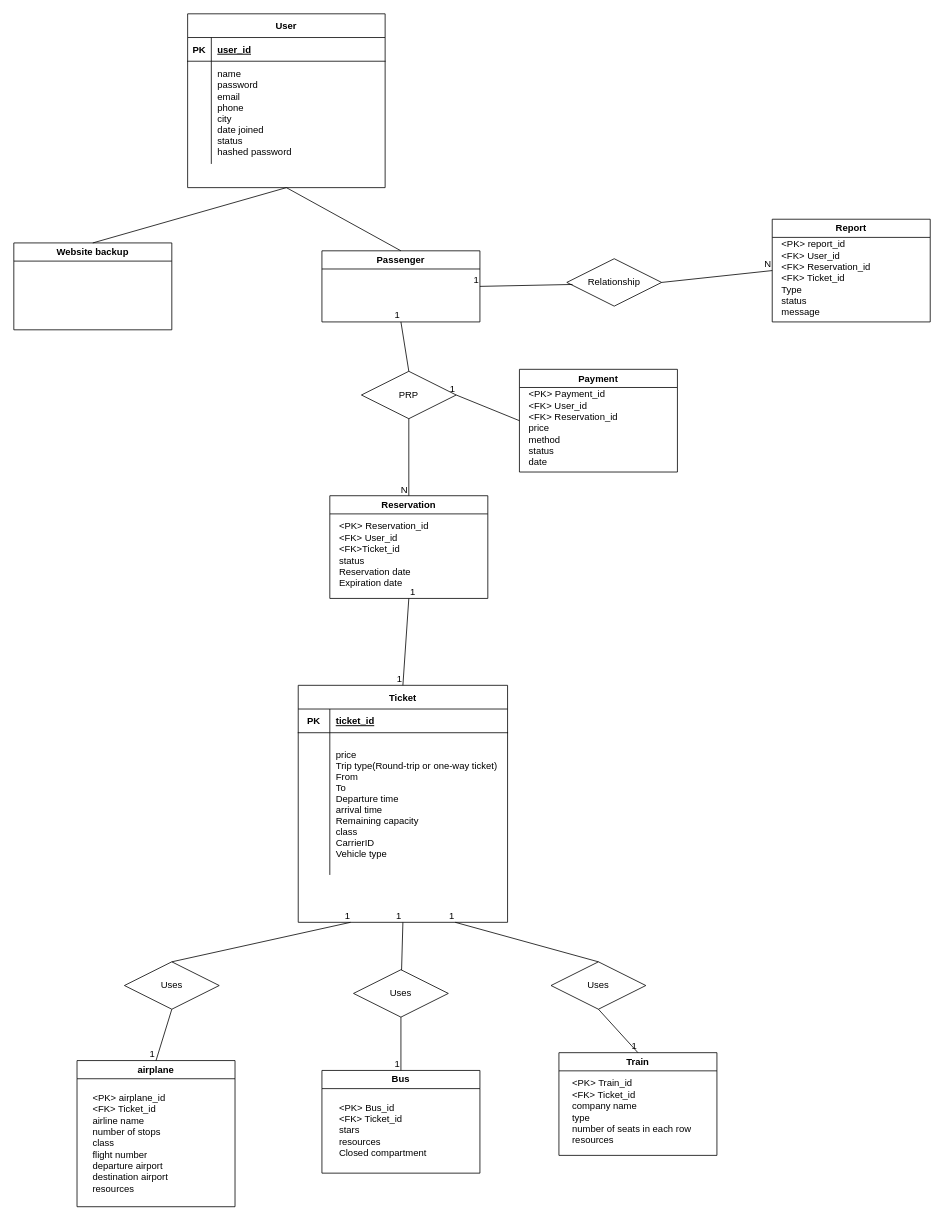
Earlier version of the draw.io diagram ERD.drawio (MSDeylami123/DB_Project). Source tidied: cells renumbered, new cells numbered last; positions are measured from the earlier drawing's top-left corner, leaving out a move shared by most shapes. Both pictures are drawn from the tidied source at 79%, with x=0, y=0 at pixel (13, 13).
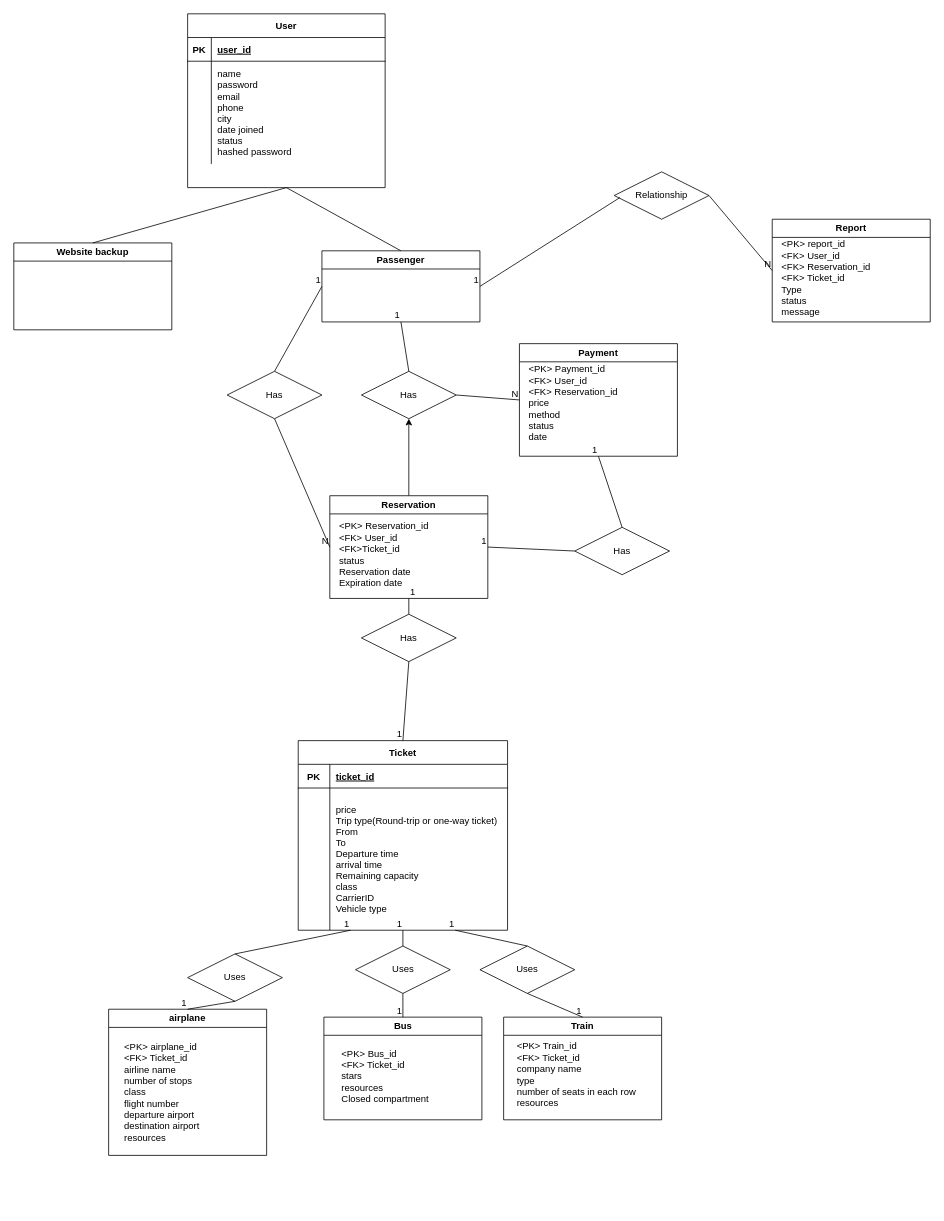
Above is the later version.

Commit message (it also covers changes not shown here):
more changes in ERD and in the tables

Unchanged cells that the change refers to:
```xml
<mxCell id="9" value="Passenger" style="swimlane;whiteSpace=wrap;html=1;" parent="1" vertex="1">
  <mxGeometry x="390" y="300" width="200" height="90" as="geometry" />
</mxCell>
<mxCell id="26" value="Reservation" style="swimlane;whiteSpace=wrap;html=1;" parent="1" vertex="1">
  <mxGeometry x="400" y="610" width="200" height="130" as="geometry" />
</mxCell>
```

Change to the diagram source:
```diff
@@
     <mxCell id="11" value="Ticket" style="shape=table;startSize=30;childLayout=tableLayout;rowLines=0;fontStyle=1;align=center;" parent="1" vertex="1">
-      <mxGeometry x="360" y="850" width="265" height="300" as="geometry" />
+      <mxGeometry x="360" y="920" width="265" height="240" as="geometry" />
     </mxCell>
@@
     <mxCell id="18" value="airplane" style="swimlane;whiteSpace=wrap;html=1;startSize=23;" parent="1" vertex="1">
-      <mxGeometry x="80" y="1325" width="200" height="185" as="geometry" />
+      <mxGeometry x="120" y="1260" width="200" height="185" as="geometry" />
     </mxCell>
@@
     <mxCell id="20" value="Bus" style="swimlane;whiteSpace=wrap;html=1;" parent="1" vertex="1">
-      <mxGeometry x="390" y="1337.5" width="200" height="130" as="geometry" />
+      <mxGeometry x="392.5" y="1270" width="200" height="130" as="geometry" />
     </mxCell>
@@
     <mxCell id="22" value="Train" style="swimlane;whiteSpace=wrap;html=1;" parent="1" vertex="1">
-      <mxGeometry x="690" y="1315" width="200" height="130" as="geometry" />
+      <mxGeometry x="620" y="1270" width="200" height="130" as="geometry" />
     </mxCell>
     <mxCell id="23" value="&lt;div&gt;&amp;lt;PK&amp;gt; Train_id&lt;/div&gt;&lt;div&gt;&amp;lt;FK&amp;gt; Ticket_id&lt;/div&gt;company name&lt;div&gt;type&lt;/div&gt;&lt;div&gt;number of seats in each row&lt;/div&gt;&lt;div&gt;resources&lt;/div&gt;" style="text;html=1;align=left;verticalAlign=middle;strokeColor=none;fillColor=none;" parent="22" vertex="1">
-      <mxGeometry x="15" y="25" width="170" height="100" as="geometry" />
+      <mxGeometry x="15" y="22.5" width="170" height="100" as="geometry" />
     </mxCell>
@@
+    <mxCell id="62" style="edgeStyle=orthogonalEdgeStyle;rounded=0;jettySize=auto;html=1;" parent="1" edge="1" source="26" target="31">
+      <mxGeometry relative="1" as="geometry" />
+    </mxCell>
@@
-    <mxCell id="28" style="endArrow=none;html=1;rounded=0;exitX=0.5;exitY=1;exitDx=0;exitDy=0;entryX=0.5;entryY=0;entryDx=0;entryDy=0;" parent="1" edge="1" source="26" target="11">
+    <mxCell id="28" style="endArrow=none;html=1;rounded=0;exitX=0.5;exitY=1;exitDx=0;exitDy=0;entryX=0.5;entryY=0;entryDx=0;entryDy=0;" parent="1" edge="1" source="26" target="72">
       <mxGeometry relative="1" as="geometry" />
     </mxCell>
@@
-    <mxCell id="30" value="1" style="html=1;whiteSpace=wrap;align=right;verticalAlign=bottom;" parent="28" vertex="1">
-      <mxGeometry x="1" relative="1" as="geometry" />
-    </mxCell>
-    <mxCell id="31" value="PRP" style="shape=rhombus;perimeter=rhombusPerimeter;whiteSpace=wrap;html=1;align=center;" parent="1" vertex="1">
+    <mxCell id="31" value="Has" style="shape=rhombus;perimeter=rhombusPerimeter;whiteSpace=wrap;html=1;align=center;" parent="1" vertex="1">
       <mxGeometry x="440" y="452.5" width="120" height="60" as="geometry" />
     </mxCell>
@@
-    <mxCell id="34" style="endArrow=none;html=1;rounded=0;exitX=0.5;exitY=1;exitDx=0;exitDy=0;entryX=0.5;entryY=0;entryDx=0;entryDy=0;" parent="1" edge="1" source="31" target="26">
-      <mxGeometry relative="1" as="geometry" />
-    </mxCell>
-    <mxCell id="35" value="N" style="html=1;whiteSpace=wrap;align=right;verticalAlign=bottom;" parent="34" vertex="1">
-      <mxGeometry x="1" relative="1" as="geometry" />
-    </mxCell>
-    <mxCell id="36" style="endArrow=none;html=1;rounded=0;entryX=1;entryY=0.5;entryDx=0;entryDy=0;exitX=0;exitY=0.5;exitDx=0;exitDy=0;" parent="1" edge="1" source="38" target="31">
+    <mxCell id="36" style="endArrow=none;html=1;rounded=0;entryX=0;entryY=0.5;entryDx=0;entryDy=0;exitX=1;exitY=0.5;exitDx=0;exitDy=0;" parent="1" edge="1" source="31" target="38">
       <mxGeometry relative="1" as="geometry" />
     </mxCell>
-    <mxCell id="37" value="1" style="html=1;whiteSpace=wrap;align=right;verticalAlign=bottom;" parent="36" vertex="1">
+    <mxCell id="37" value="N" style="html=1;whiteSpace=wrap;align=right;verticalAlign=bottom;" parent="36" vertex="1">
       <mxGeometry x="1" relative="1" as="geometry" />
     </mxCell>
     <mxCell id="38" value="Payment" style="swimlane;whiteSpace=wrap;html=1;" parent="1" vertex="1">
-      <mxGeometry x="640" y="450" width="200" height="130" as="geometry" />
+      <mxGeometry x="640" y="417.5" width="200" height="142.5" as="geometry" />
     </mxCell>
@@
     <mxCell id="42" value="Relationship" style="shape=rhombus;perimeter=rhombusPerimeter;whiteSpace=wrap;html=1;align=center;" parent="1" vertex="1">
-      <mxGeometry x="700" y="310" width="120" height="60" as="geometry" />
+      <mxGeometry x="760" y="200" width="120" height="60" as="geometry" />
     </mxCell>
@@
     <mxCell id="47" value="Uses" style="shape=rhombus;perimeter=rhombusPerimeter;whiteSpace=wrap;html=1;align=center;" parent="1" vertex="1">
-      <mxGeometry x="680" y="1200" width="120" height="60" as="geometry" />
+      <mxGeometry x="590" y="1180" width="120" height="60" as="geometry" />
     </mxCell>
@@
     <mxCell id="50" value="Uses" style="shape=rhombus;perimeter=rhombusPerimeter;whiteSpace=wrap;html=1;align=center;" parent="1" vertex="1">
-      <mxGeometry x="140" y="1200" width="120" height="60" as="geometry" />
+      <mxGeometry x="220" y="1190" width="120" height="60" as="geometry" />
     </mxCell>
     <mxCell id="51" value="Uses" style="shape=rhombus;perimeter=rhombusPerimeter;whiteSpace=wrap;html=1;align=center;" parent="1" vertex="1">
-      <mxGeometry x="430" y="1210" width="120" height="60" as="geometry" />
+      <mxGeometry x="432.5" y="1180" width="120" height="60" as="geometry" />
     </mxCell>
@@
+    <mxCell id="63" value="Has" style="shape=rhombus;perimeter=rhombusPerimeter;whiteSpace=wrap;html=1;align=center;" parent="1" vertex="1">
+      <mxGeometry x="710" y="650" width="120" height="60" as="geometry" />
+    </mxCell>
+    <mxCell id="64" style="endArrow=none;html=1;rounded=0;entryX=1;entryY=0.5;entryDx=0;entryDy=0;exitX=0;exitY=0.5;exitDx=0;exitDy=0;" parent="1" edge="1" source="63" target="26">
+      <mxGeometry relative="1" as="geometry" />
+    </mxCell>
+    <mxCell id="65" value="1" style="html=1;whiteSpace=wrap;align=right;verticalAlign=bottom;" parent="64" vertex="1">
+      <mxGeometry x="1" relative="1" as="geometry" />
+    </mxCell>
+    <mxCell id="66" style="endArrow=none;html=1;rounded=0;exitX=0.5;exitY=0;exitDx=0;exitDy=0;entryX=0.5;entryY=1;entryDx=0;entryDy=0;" parent="1" edge="1" source="63" target="38">
+      <mxGeometry relative="1" as="geometry" />
+    </mxCell>
+    <mxCell id="67" value="1" style="html=1;whiteSpace=wrap;align=right;verticalAlign=bottom;" parent="66" vertex="1">
+      <mxGeometry x="1" relative="1" as="geometry" />
+    </mxCell>
+    <mxCell id="68" value="Has" style="shape=rhombus;perimeter=rhombusPerimeter;whiteSpace=wrap;html=1;align=center;" parent="1" vertex="1">
+      <mxGeometry x="270" y="452.5" width="120" height="60" as="geometry" />
+    </mxCell>
+    <mxCell id="69" style="endArrow=none;html=1;rounded=0;exitX=0.5;exitY=0;exitDx=0;exitDy=0;entryX=0;entryY=0.5;entryDx=0;entryDy=0;" parent="1" edge="1" source="68" target="9">
+      <mxGeometry relative="1" as="geometry" />
+    </mxCell>
+    <mxCell id="70" value="1" style="html=1;whiteSpace=wrap;align=right;verticalAlign=bottom;" parent="69" vertex="1">
+      <mxGeometry x="1" relative="1" as="geometry" />
+    </mxCell>
+    <mxCell id="71" style="endArrow=none;html=1;rounded=0;exitX=0.5;exitY=1;exitDx=0;exitDy=0;entryX=0;entryY=0.5;entryDx=0;entryDy=0;" parent="1" edge="1" source="68" target="26">
+      <mxGeometry relative="1" as="geometry" />
+    </mxCell>
+    <mxCell id="35" value="N" style="html=1;whiteSpace=wrap;align=right;verticalAlign=bottom;" parent="71" vertex="1">
+      <mxGeometry x="1" relative="1" as="geometry" />
+    </mxCell>
+    <mxCell id="72" value="Has" style="shape=rhombus;perimeter=rhombusPerimeter;whiteSpace=wrap;html=1;align=center;" parent="1" vertex="1">
+      <mxGeometry x="440" y="760" width="120" height="60" as="geometry" />
+    </mxCell>
+    <mxCell id="73" style="endArrow=none;html=1;rounded=0;exitX=0.5;exitY=1;exitDx=0;exitDy=0;entryX=0.5;entryY=0;entryDx=0;entryDy=0;" parent="1" edge="1" source="72" target="11">
+      <mxGeometry relative="1" as="geometry" />
+    </mxCell>
+    <mxCell id="74" value="1" style="html=1;whiteSpace=wrap;align=right;verticalAlign=bottom;" parent="73" vertex="1">
+      <mxGeometry x="1" relative="1" as="geometry" />
+    </mxCell>
```
